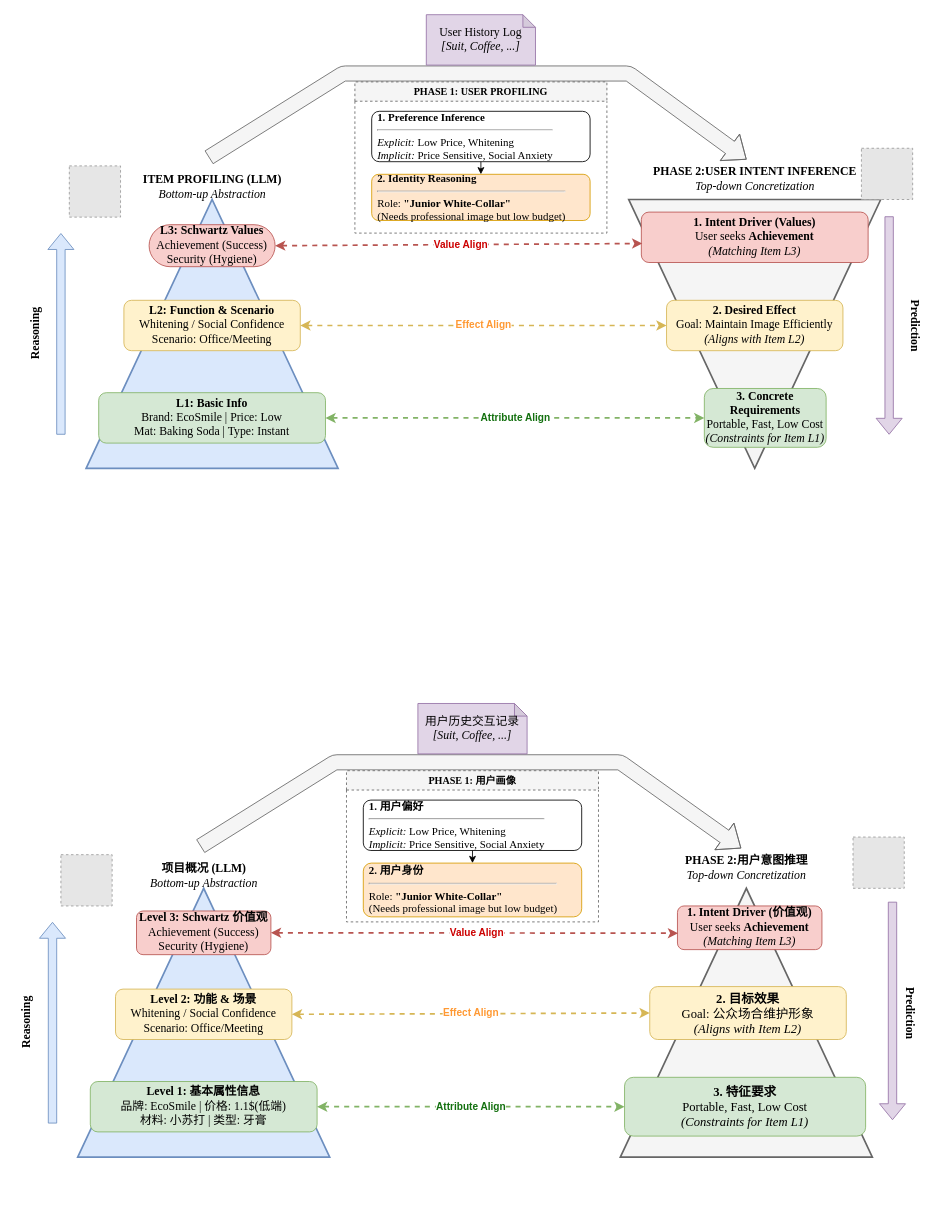
The draw.io diagram IntentRS/intent_reason.drawio in ClongPang/draw.io.storages, before the edit. Source tidied: cells renumbered, new cells numbered last; positions are measured from the earlier drawing's top-left corner, leaving out a move shared by most shapes. Both pictures are drawn from the tidied source at 84%, with x=0, y=0 at pixel (-11, 14). Pictures stored in the file or linked from it are replaced by grey dashed boxes.
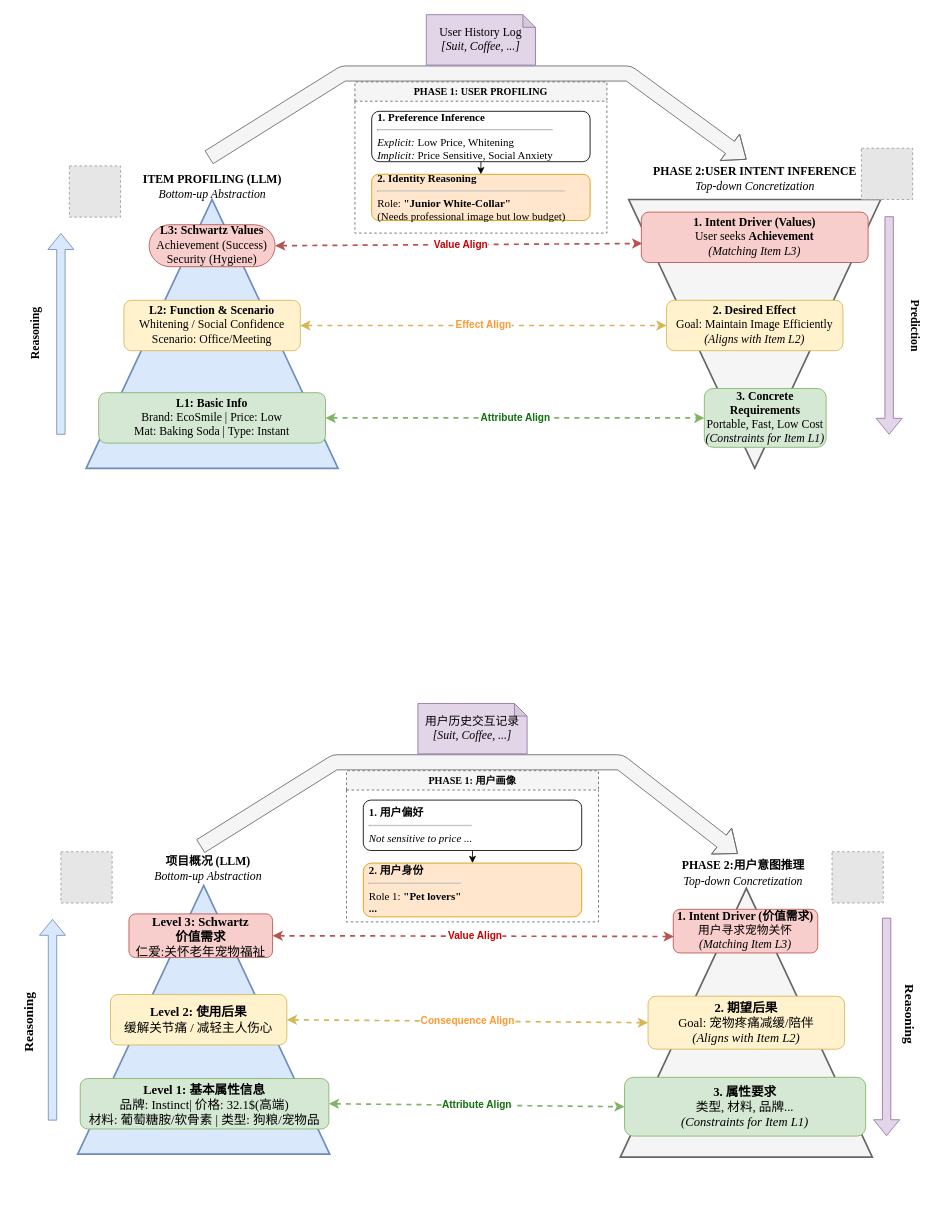
The same page after the edit.

The change refers to these unchanged cells:
```xml
<mxCell id="51" value="&lt;b&gt;&lt;font face=&quot;Times New Roman&quot;&gt;PHASE 1: 用户画像&lt;/font&gt;&lt;/b&gt;" style="swimlane;whiteSpace=wrap;html=1;fillColor=#f5f5f5;strokeColor=#666666;dashed=1;startSize=23;" parent="1" vertex="1">
  <mxGeometry x="425" y="900" width="300" height="180" as="geometry" />
</mxCell>
```

Change to the diagram source:
```diff
@@
     <mxCell id="29" style="group;" parent="1" vertex="1">
-      <mxGeometry x="85" y="1000" width="340" height="400" as="geometry" />
+      <mxGeometry x="85" y="996.5" width="340" height="400" as="geometry" />
     </mxCell>
@@
     <mxCell id="31" value="&lt;font face=&quot;Times New Roman&quot;&gt;&lt;b&gt;项目概况&amp;nbsp;(LLM)&lt;/b&gt;&lt;br&gt;&lt;i style=&quot;&quot;&gt;Bottom-up Abstraction&lt;/i&gt;&lt;/font&gt;" style="text;html=1;align=center;verticalAlign=middle;strokeColor=none;fillColor=none;fontSize=14;" parent="29" vertex="1">
-      <mxGeometry x="95" width="150" height="50" as="geometry" />
+      <mxGeometry x="100" y="-4.5" width="150" height="50" as="geometry" />
     </mxCell>
-    <mxCell id="32" value="&lt;font face=&quot;Times New Roman&quot; style=&quot;font-size: 14px;&quot;&gt;&lt;b style=&quot;&quot;&gt;Level 2: 功能 &amp;amp; 场景&lt;/b&gt;&lt;br&gt;Whitening / Social Confidence&lt;br&gt;Scenario: Office/Meeting&lt;/font&gt;" style="rounded=1;whiteSpace=wrap;html=1;fillColor=#fff2cc;strokeColor=#d6b656;" parent="29" vertex="1">
-      <mxGeometry x="65" y="160" width="210" height="60" as="geometry" />
+    <mxCell id="32" value="&lt;font face=&quot;Times New Roman&quot; style=&quot;font-size: 15px;&quot;&gt;&lt;font style=&quot;&quot;&gt;&lt;b style=&quot;&quot;&gt;Level 2: 使用后果&lt;/b&gt;&lt;br&gt;&lt;/font&gt;缓解关节痛 / 减轻主人伤心&lt;/font&gt;&lt;font face=&quot;Times New Roman&quot; style=&quot;font-size: 14px;&quot;&gt;&lt;br&gt;&lt;/font&gt;" style="rounded=1;whiteSpace=wrap;html=1;fillColor=#fff2cc;strokeColor=#d6b656;" parent="29" vertex="1">
+      <mxGeometry x="59" y="170" width="210" height="60" as="geometry" />
     </mxCell>
-    <mxCell id="33" value="&lt;font face=&quot;Times New Roman&quot; style=&quot;font-size: 14px;&quot;&gt;&lt;b style=&quot;&quot;&gt;Level 1: 基本属性信息&lt;/b&gt;&lt;br&gt;品牌: EcoSmile | 价格: 1.1$(低端)&lt;br&gt;材料: 小苏打 | 类型: 牙膏&lt;/font&gt;" style="rounded=1;whiteSpace=wrap;html=1;fillColor=#d5e8d4;strokeColor=#82b366;" parent="29" vertex="1">
-      <mxGeometry x="35" y="270" width="270" height="60" as="geometry" />
+    <mxCell id="33" value="&lt;font face=&quot;Times New Roman&quot; style=&quot;font-size: 15px;&quot;&gt;&lt;font style=&quot;&quot;&gt;&lt;b style=&quot;&quot;&gt;Level 1: 基本属性信息&lt;/b&gt;&lt;br&gt;品牌: Instinct| 价格: 32.1$(高端)&lt;br&gt;材料:&amp;nbsp;&lt;/font&gt;葡萄糖胺/软骨素&lt;font style=&quot;&quot;&gt;&amp;nbsp;| 类型: 狗粮/宠物品&lt;/font&gt;&lt;/font&gt;" style="rounded=1;whiteSpace=wrap;html=1;fillColor=#d5e8d4;strokeColor=#82b366;" parent="29" vertex="1">
+      <mxGeometry x="23" y="270" width="296" height="60" as="geometry" />
     </mxCell>
@@
-    <mxCell id="36" value="&lt;b style=&quot;font-family: &amp;quot;Times New Roman&amp;quot;; font-size: 14px;&quot;&gt;Level 3: Schwartz 价值观&lt;/b&gt;&lt;br style=&quot;font-family: &amp;quot;Times New Roman&amp;quot;; font-size: 14px;&quot;&gt;&lt;span style=&quot;font-family: &amp;quot;Times New Roman&amp;quot;; font-size: 14px;&quot;&gt;Achievement (Success)&lt;/span&gt;&lt;br style=&quot;font-family: &amp;quot;Times New Roman&amp;quot;; font-size: 14px;&quot;&gt;&lt;span style=&quot;font-family: &amp;quot;Times New Roman&amp;quot;; font-size: 14px;&quot;&gt;Security (Hygiene)&lt;/span&gt;" style="rounded=1;whiteSpace=wrap;html=1;fillColor=#f8cecc;strokeColor=#b85450;shadow=0;" parent="29" vertex="1">
-      <mxGeometry x="90" y="67" width="160" height="52" as="geometry" />
+    <mxCell id="36" value="&lt;font face=&quot;Times New Roman&quot; style=&quot;font-size: 15px;&quot;&gt;&lt;b style=&quot;&quot;&gt;Level 3: Schwartz &lt;br&gt;价值需求&lt;/b&gt;&lt;br style=&quot;&quot;&gt;&lt;/font&gt;&lt;div&gt;&lt;font face=&quot;Times New Roman&quot; style=&quot;font-size: 15px;&quot;&gt;仁爱:关怀老年宠物福祉&lt;/font&gt;&lt;/div&gt;" style="rounded=1;whiteSpace=wrap;html=1;fillColor=#f8cecc;strokeColor=#b85450;shadow=0;" parent="29" vertex="1">
+      <mxGeometry x="81" y="74" width="171" height="52" as="geometry" />
     </mxCell>
@@
-    <mxCell id="38" value="&lt;font style=&quot;font-size: 14px;&quot; face=&quot;Times New Roman&quot;&gt;&lt;b style=&quot;&quot;&gt;1. Intent Driver (价值观)&lt;/b&gt;&lt;br&gt;User seeks &lt;b style=&quot;&quot;&gt;Achievement&lt;/b&gt;&lt;br&gt;&lt;i style=&quot;&quot;&gt;(Matching Item L3)&lt;/i&gt;&lt;/font&gt;" style="rounded=1;whiteSpace=wrap;html=1;fillColor=#f8cecc;strokeColor=#b85450;shadow=0;" parent="1" vertex="1">
-      <mxGeometry x="819" y="1061" width="172" height="52" as="geometry" />
+    <mxCell id="38" value="&lt;font style=&quot;font-size: 14px;&quot; face=&quot;Times New Roman&quot;&gt;&lt;b style=&quot;&quot;&gt;1. Intent Driver (价值需求)&lt;/b&gt;&lt;br&gt;用户寻求宠物关怀&lt;br&gt;&lt;i style=&quot;&quot;&gt;(Matching Item L3)&lt;/i&gt;&lt;/font&gt;" style="rounded=1;whiteSpace=wrap;html=1;fillColor=#f8cecc;strokeColor=#b85450;shadow=0;" parent="1" vertex="1">
+      <mxGeometry x="814" y="1065" width="172" height="52" as="geometry" />
     </mxCell>
-    <mxCell id="39" value="&lt;font face=&quot;Times New Roman&quot;&gt;&lt;b&gt;2. 目标效果&lt;/b&gt;&lt;br&gt;Goal: 公众场合&lt;/font&gt;&lt;span style=&quot;font-family: &amp;quot;Times New Roman&amp;quot;;&quot;&gt;维护&lt;/span&gt;&lt;font face=&quot;Times New Roman&quot;&gt;形象&lt;br&gt;&lt;i&gt;(Aligns with Item L2)&lt;/i&gt;&lt;/font&gt;" style="rounded=1;whiteSpace=wrap;html=1;fillColor=#fff2cc;strokeColor=#d6b656;fontSize=15;" parent="1" vertex="1">
-      <mxGeometry x="786" y="1157" width="234" height="63" as="geometry" />
+    <mxCell id="39" value="&lt;font face=&quot;Times New Roman&quot;&gt;&lt;b&gt;2. 期望后果&lt;/b&gt;&lt;br&gt;Goal: 宠物疼痛减缓/陪伴&lt;/font&gt;&lt;font face=&quot;Times New Roman&quot;&gt;&lt;br&gt;&lt;i&gt;(Aligns with Item L2)&lt;/i&gt;&lt;/font&gt;" style="rounded=1;whiteSpace=wrap;html=1;fillColor=#fff2cc;strokeColor=#d6b656;fontSize=15;" parent="1" vertex="1">
+      <mxGeometry x="784" y="1168.5" width="234" height="63" as="geometry" />
     </mxCell>
-    <mxCell id="40" value="&lt;font face=&quot;Times New Roman&quot;&gt;&lt;b&gt;3. 特征要求&lt;/b&gt;&lt;br&gt;Portable, Fast, Low Cost&lt;br&gt;&lt;i&gt;(Constraints for Item L1)&lt;/i&gt;&lt;/font&gt;" style="rounded=1;whiteSpace=wrap;html=1;fillColor=#d5e8d4;strokeColor=#82b366;fontSize=15;" parent="1" vertex="1">
+    <mxCell id="40" value="&lt;font face=&quot;Times New Roman&quot;&gt;&lt;b&gt;3. 属性要求&lt;/b&gt;&lt;br&gt;类型, 材料, 品牌...&lt;br&gt;&lt;i&gt;(Constraints for Item L1)&lt;/i&gt;&lt;/font&gt;" style="rounded=1;whiteSpace=wrap;html=1;fillColor=#d5e8d4;strokeColor=#82b366;fontSize=15;" parent="1" vertex="1">
       <mxGeometry x="756" y="1265" width="287" height="70" as="geometry" />
     </mxCell>
     <mxCell id="41" style="shape=flexArrow;endArrow=classic;html=1;fillColor=#e1d5e7;strokeColor=#9673a6;" parent="1" edge="1">
       <mxGeometry relative="1" as="geometry">
-        <mxPoint x="1075" y="1056" as="sourcePoint" />
-        <mxPoint x="1075" y="1316" as="targetPoint" />
+        <mxPoint x="1068" y="1075" as="sourcePoint" />
+        <mxPoint x="1068" y="1335" as="targetPoint" />
       </mxGeometry>
     </mxCell>
     <mxCell id="42" style="fillColor=#E6E6E6;strokeColor=#999999;dashed=1;verticalLabelPosition=bottom;labelBackgroundColor=default;verticalAlign=top;" parent="1" vertex="1">
-      <mxGeometry x="1028" y="979" width="61" height="61" as="geometry" />
+      <mxGeometry x="1003" y="996.5" width="61" height="61" as="geometry" />
     </mxCell>
@@
-    <mxCell id="45" value="&lt;b&gt;&lt;font style=&quot;color: rgb(255, 153, 51); font-size: 12px;&quot;&gt;Effect Align&lt;/font&gt;&lt;/b&gt;" style="endArrow=classic;startArrow=classic;html=1;dashed=1;strokeWidth=2;entryX=0;entryY=0.5;entryDx=0;entryDy=0;exitX=1;exitY=0.5;exitDx=0;exitDy=0;strokeColor=#d6b656;" parent="1" edge="1" source="32" target="39">
+    <mxCell id="45" value="&lt;b&gt;&lt;font style=&quot;color: rgb(255, 153, 51); font-size: 12px;&quot;&gt;Consequence Align&lt;/font&gt;&lt;/b&gt;" style="endArrow=classic;startArrow=classic;html=1;dashed=1;strokeWidth=2;entryX=0;entryY=0.5;entryDx=0;entryDy=0;exitX=1;exitY=0.5;exitDx=0;exitDy=0;strokeColor=#d6b656;" parent="1" edge="1" source="32" target="39">
       <mxGeometry relative="1" as="geometry" />
     </mxCell>
@@
     <mxCell id="47" value="&lt;font face=&quot;Times New Roman&quot;&gt;&lt;b style=&quot;&quot;&gt;PHASE 2:&lt;/b&gt;&lt;b style=&quot;&quot;&gt;用户意图推理&lt;/b&gt;&lt;br&gt;&lt;i style=&quot;&quot;&gt;Top-down Concretization&lt;/i&gt;&lt;/font&gt;" style="text;html=1;align=center;verticalAlign=middle;points=[];strokeColor=none;fillColor=none;fontSize=14;" parent="1" vertex="1">
-      <mxGeometry x="816" y="990" width="170" height="50" as="geometry" />
+      <mxGeometry x="812" y="996.5" width="170" height="50" as="geometry" />
     </mxCell>
@@
-    <mxCell id="49" value="&lt;font face=&quot;Times New Roman&quot; style=&quot;font-size: 14px;&quot;&gt;&lt;b style=&quot;&quot;&gt;Prediction&lt;/b&gt;&lt;/font&gt;" style="text;html=1;align=center;verticalAlign=middle;strokeColor=none;fillColor=none;rotation=90;" parent="1" vertex="1">
-      <mxGeometry x="1051" y="1173.5" width="90" height="30" as="geometry" />
+    <mxCell id="49" value="&lt;b style=&quot;font-family: &amp;quot;Times New Roman&amp;quot;; font-size: 16px;&quot;&gt;Reasoning&lt;/b&gt;" style="text;html=1;align=center;verticalAlign=middle;strokeColor=none;fillColor=none;rotation=90;" parent="1" vertex="1">
+      <mxGeometry x="1052" y="1173.5" width="89" height="31" as="geometry" />
     </mxCell>
-    <mxCell id="50" value="&lt;font face=&quot;Times New Roman&quot; style=&quot;font-size: 14px;&quot;&gt;&lt;b style=&quot;&quot;&gt;Reasoning&lt;/b&gt;&lt;/font&gt;" style="text;html=1;align=center;verticalAlign=middle;strokeColor=none;fillColor=none;rotation=-90;" parent="1" vertex="1">
-      <mxGeometry y="1185" width="90" height="30" as="geometry" />
+    <mxCell id="50" value="&lt;font face=&quot;Times New Roman&quot; style=&quot;font-size: 16px;&quot;&gt;&lt;b style=&quot;&quot;&gt;Reasoning&lt;/b&gt;&lt;/font&gt;" style="text;html=1;align=center;verticalAlign=middle;strokeColor=none;fillColor=none;rotation=-90;" parent="1" vertex="1">
+      <mxGeometry x="1" y="1185" width="89" height="31" as="geometry" />
     </mxCell>
@@
-    <mxCell id="52" value="&lt;b&gt;&lt;font style=&quot;font-size: 13px;&quot; face=&quot;Times New Roman&quot;&gt;1. 用户偏好&lt;/font&gt;&lt;/b&gt;&lt;hr&gt;&lt;font style=&quot;font-size: 13px;&quot; face=&quot;Times New Roman&quot;&gt;&lt;i style=&quot;&quot;&gt;Explicit:&lt;/i&gt; Low Price, Whitening&lt;br&gt;&lt;i style=&quot;&quot;&gt;Implicit:&lt;/i&gt; Price Sensitive, Social Anxiety&lt;/font&gt;" style="rounded=1;whiteSpace=wrap;html=1;fillColor=#ffffff;strokeColor=#000000;align=left;spacingLeft=5;" parent="51" vertex="1">
+    <mxCell id="52" value="&lt;b&gt;&lt;font style=&quot;font-size: 13px;&quot; face=&quot;Times New Roman&quot;&gt;1. 用户偏好&lt;/font&gt;&lt;/b&gt;&lt;hr&gt;&lt;font face=&quot;Times New Roman&quot;&gt;&lt;span style=&quot;font-size: 13px;&quot;&gt;&lt;i&gt;Not sensitive to price ...&lt;/i&gt;&lt;/span&gt;&lt;/font&gt;" style="rounded=1;whiteSpace=wrap;html=1;fillColor=#ffffff;strokeColor=#000000;align=left;spacingLeft=5;" parent="51" vertex="1">
       <mxGeometry x="20" y="35" width="260" height="60" as="geometry" />
     </mxCell>
-    <mxCell id="53" value="&lt;div style=&quot;&quot;&gt;&lt;b style=&quot;background-color: transparent; color: light-dark(rgb(0, 0, 0), rgb(255, 255, 255));&quot;&gt;&lt;font face=&quot;Times New Roman&quot; style=&quot;font-size: 13px;&quot;&gt;2. 用户身份&lt;/font&gt;&lt;/b&gt;&lt;/div&gt;&lt;hr&gt;&lt;font face=&quot;Times New Roman&quot; style=&quot;font-size: 13px;&quot;&gt;Role: &lt;b&gt;&quot;Junior White-Collar&quot;&lt;/b&gt;&lt;br&gt;(Needs professional image but low budget)&lt;/font&gt;" style="rounded=1;whiteSpace=wrap;html=1;fillColor=#ffe6cc;strokeColor=#d79b00;align=left;spacingLeft=5;" parent="51" vertex="1">
+    <mxCell id="53" value="&lt;div style=&quot;&quot;&gt;&lt;b style=&quot;background-color: transparent; color: light-dark(rgb(0, 0, 0), rgb(255, 255, 255));&quot;&gt;&lt;font face=&quot;Times New Roman&quot; style=&quot;font-size: 13px;&quot;&gt;2. 用户身份&lt;/font&gt;&lt;/b&gt;&lt;/div&gt;&lt;hr&gt;&lt;font face=&quot;Times New Roman&quot; style=&quot;&quot;&gt;&lt;span style=&quot;font-size: 13px;&quot;&gt;Role 1: &lt;/span&gt;&lt;b style=&quot;font-size: 13px;&quot;&gt;&quot;&lt;/b&gt;&lt;span style=&quot;font-size: 13px;&quot;&gt;&lt;b&gt;Pet lovers&lt;/b&gt;&lt;/span&gt;&lt;b style=&quot;font-size: 13px;&quot;&gt;&quot;&lt;/b&gt;&lt;br&gt;&lt;/font&gt;&lt;div&gt;&lt;font face=&quot;Times New Roman&quot; style=&quot;&quot;&gt;&lt;b style=&quot;font-size: 13px;&quot;&gt;...&lt;/b&gt;&lt;/font&gt;&lt;/div&gt;" style="rounded=1;whiteSpace=wrap;html=1;fillColor=#ffe6cc;strokeColor=#d79b00;align=left;spacingLeft=5;" parent="51" vertex="1">
       <mxGeometry x="20" y="110" width="260" height="64" as="geometry" />
     </mxCell>
```
